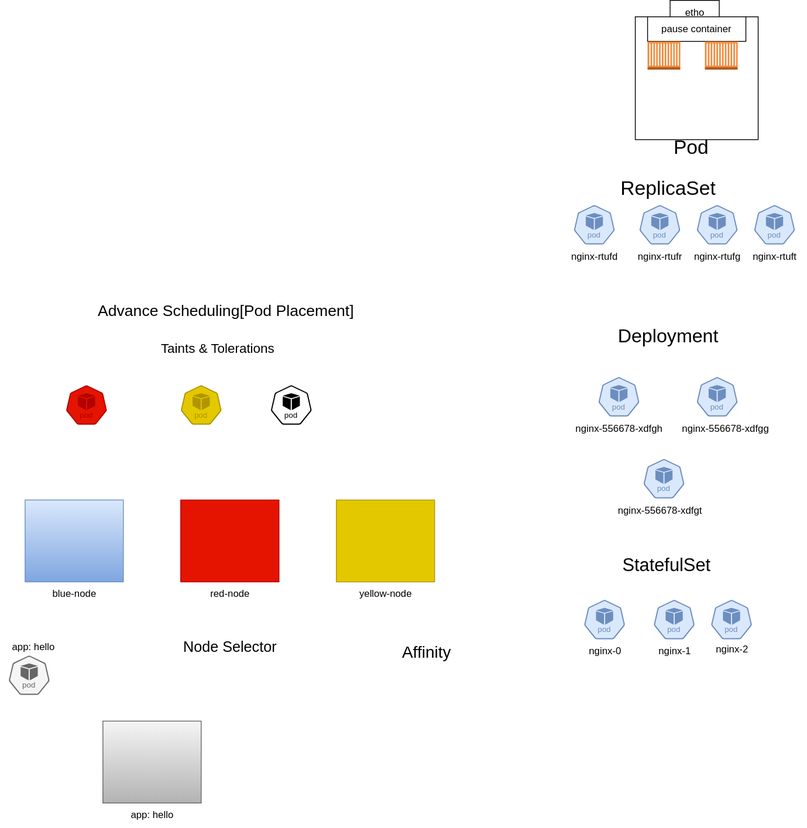
This is svg/diagrams.drawio.svg from ullagallu-ds/my-notes, a draw.io export, as it was before one commit. Source tidied: cells renumbered, new cells last; positions are measured from the earlier drawing's top-left corner, leaving out a move shared by most shapes.
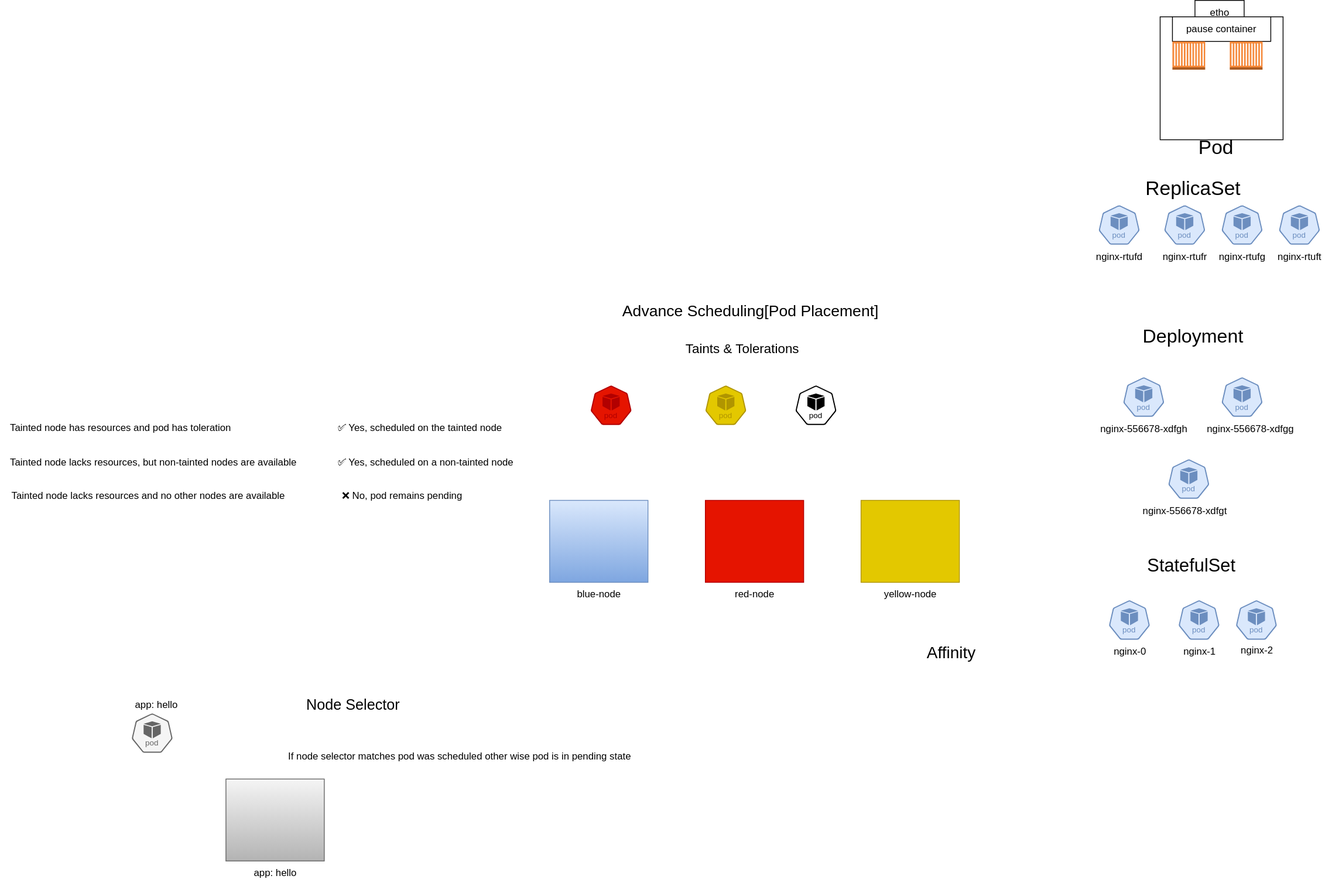
After the commit.

Change to the diagram source:
```diff
@@ -39,19 +39,19 @@
       <mxGeometry x="185" y="410" width="160" height="30" as="geometry" />
     </mxCell>
     <mxCell id="14" value="&lt;font style=&quot;font-size: 18px;&quot;&gt;Node Selector&lt;/font&gt;" style="text;html=1;align=center;verticalAlign=middle;strokeColor=none;fillColor=none;" parent="1" vertex="1">
-      <mxGeometry x="210" y="770" width="140" height="40" as="geometry" />
+      <mxGeometry x="-280" y="840" width="140" height="40" as="geometry" />
     </mxCell>
     <mxCell id="15" style="rounded=0;whiteSpace=wrap;html=1;fillColor=#f5f5f5;strokeWidth=1;strokeColor=#666666;gradientColor=#b3b3b3;" parent="1" vertex="1">
-      <mxGeometry x="125" y="880" width="120" height="100" as="geometry" />
+      <mxGeometry x="-365" y="950" width="120" height="100" as="geometry" />
     </mxCell>
     <mxCell id="16" value="app: hello" style="text;html=1;align=center;verticalAlign=middle;strokeColor=none;fillColor=none;" parent="1" vertex="1">
-      <mxGeometry x="145" y="980" width="80" height="30" as="geometry" />
+      <mxGeometry x="-345" y="1050" width="80" height="30" as="geometry" />
     </mxCell>
     <mxCell id="17" style="sketch=0;html=1;dashed=0;whitespace=wrap;verticalLabelPosition=bottom;verticalAlign=top;fillColor=#f5f5f5;strokeColor=#666666;shape=mxgraph.kubernetes.icon2;kubernetesLabel=1;prIcon=pod;gradientColor=#b3b3b3;" parent="1" vertex="1">
-      <mxGeometry x="10" y="800" width="50" height="48" as="geometry" />
+      <mxGeometry x="-480" y="870" width="50" height="48" as="geometry" />
     </mxCell>
     <mxCell id="18" value="app: hello" style="text;html=1;align=center;verticalAlign=middle;strokeColor=none;fillColor=none;" parent="1" vertex="1">
-      <mxGeometry y="775" width="80" height="30" as="geometry" />
+      <mxGeometry x="-490" y="845" width="80" height="30" as="geometry" />
     </mxCell>
     <mxCell id="19" value="&lt;font style=&quot;font-size: 20px;&quot;&gt;Affinity&lt;/font&gt;" style="text;html=1;align=center;verticalAlign=middle;strokeColor=none;fillColor=none;" parent="1" vertex="1">
       <mxGeometry x="480" y="775" width="80" height="40" as="geometry" />
@@ -140,5 +140,26 @@
     <mxCell id="47" value="&lt;font style=&quot;font-size: 24px;&quot;&gt;Pod&lt;/font&gt;" style="text;html=1;align=center;verticalAlign=middle;strokeColor=none;fillColor=none;" parent="1" vertex="1">
       <mxGeometry x="807.5" y="160" width="70" height="40" as="geometry" />
     </mxCell>
+    <mxCell id="48" value="Tainted node has resources and pod has toleration" style="text;whiteSpace=wrap;" parent="1" vertex="1">
+      <mxGeometry x="-630" y="508" width="300" height="40" as="geometry" />
+    </mxCell>
+    <mxCell id="49" value="✅ Yes, scheduled on the tainted node" style="text;whiteSpace=wrap;" parent="1" vertex="1">
+      <mxGeometry x="-230" y="508" width="240" height="40" as="geometry" />
+    </mxCell>
+    <mxCell id="50" value="Tainted node lacks resources, but non-tainted nodes are available" style="text;whiteSpace=wrap;" parent="1" vertex="1">
+      <mxGeometry x="-630" y="550" width="380" height="40" as="geometry" />
+    </mxCell>
+    <mxCell id="51" value="✅ Yes, scheduled on a non-tainted node" style="text;whiteSpace=wrap;" parent="1" vertex="1">
+      <mxGeometry x="-230" y="550" width="250" height="40" as="geometry" />
+    </mxCell>
+    <mxCell id="52" value="Tainted node lacks resources and no other nodes are available" style="text;html=1;align=center;verticalAlign=middle;strokeColor=none;fillColor=none;" parent="1" vertex="1">
+      <mxGeometry x="-640" y="590" width="360" height="30" as="geometry" />
+    </mxCell>
+    <mxCell id="53" value="❌ No, pod remains pending" style="text;html=1;align=center;verticalAlign=middle;strokeColor=none;fillColor=none;" parent="1" vertex="1">
+      <mxGeometry x="-240" y="590" width="180" height="30" as="geometry" />
+    </mxCell>
+    <mxCell id="54" value="If node selector matches pod was scheduled other wise pod is in pending state" style="text;html=1;align=center;verticalAlign=middle;strokeColor=none;fillColor=none;" parent="1" vertex="1">
+      <mxGeometry x="-300" y="908" width="440" height="30" as="geometry" />
+    </mxCell>
   </root>
 </mxGraphModel>
```
